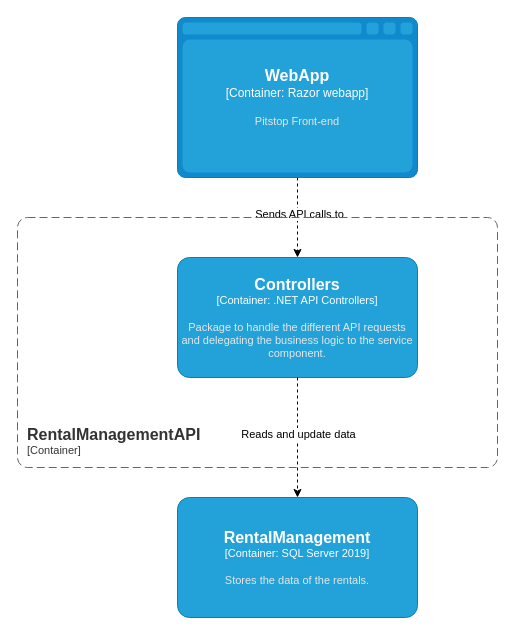
hanaim-devops/devops-bp-pitstop-uitbreiding-team-tbd keeps this draw.io diagram as Docs/Models/Component WorkshopManagementAPI.drawio. Above is the earlier version. Source tidied: cells renumbered, new cells numbered last; positions are measured from the earlier drawing's top-left corner, leaving out a move shared by most shapes. Both pictures are drawn from the tidied source at 100%, with x=0, y=0 at pixel (17, 17).
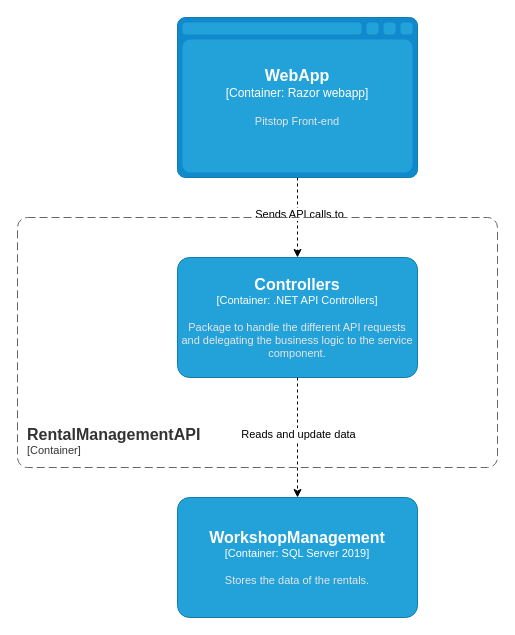
Above is the later version.

Commit message:
Renamed workshopmanagement database.

What changed in the source:
```diff
@@
 <mxGraphModel>
   <root>
     <mxCell id="0" />
     <mxCell id="1" parent="0" />
     <mxCell id="2" style="edgeStyle=orthogonalEdgeStyle;rounded=0;jettySize=auto;html=1;dashed=1;" parent="1" edge="1" source="4" target="5">
       <mxGeometry relative="1" as="geometry" />
     </mxCell>
     <mxCell id="3" value="Sends API calls to" style="edgeLabel;html=1;align=center;verticalAlign=middle;" parent="2" vertex="1">
       <mxGeometry x="-0.11" y="1" relative="1" as="geometry" />
     </mxCell>
     <object id="4" label="&lt;font style=&quot;font-size: 16px&quot;&gt;&lt;b&gt;%c4Name%&lt;/b&gt;&lt;/font&gt;&lt;div&gt;[%c4Type%:&amp;nbsp;%c4Technology%]&lt;/div&gt;&lt;br&gt;&lt;div&gt;&lt;font style=&quot;font-size: 11px&quot;&gt;&lt;font color=&quot;#E6E6E6&quot;&gt;%c4Description%&lt;/font&gt;&lt;/div&gt;" c4Description="Pitstop Front-end" c4Name="WebApp" c4Technology="Razor webapp" c4Type="Container" placeholders="1">
       <mxCell style="shape=mxgraph.c4.webBrowserContainer2;whiteSpace=wrap;html=1;boundedLbl=1;rounded=0;labelBackgroundColor=none;strokeColor=#118ACD;fillColor=#23A2D9;strokeColor=#118ACD;strokeColor2=#0E7DAD;fontSize=12;fontColor=#ffffff;align=center;points=[[0.5,0,0],[1,0.25,0],[1,0.5,0],[1,0.75,0],[0.5,1,0],[0,0.75,0],[0,0.5,0],[0,0.25,0]];" parent="1" vertex="1">
         <mxGeometry x="160" width="240" height="160" as="geometry" />
       </mxCell>
     </object>
     <object id="5" label="&lt;font style=&quot;font-size: 16px&quot;&gt;&lt;b&gt;%c4Name%&lt;/b&gt;&lt;/font&gt;&lt;div&gt;[%c4Type%: %c4Technology%]&lt;/div&gt;&lt;br&gt;&lt;div&gt;&lt;font style=&quot;font-size: 11px&quot;&gt;&lt;font color=&quot;#E6E6E6&quot;&gt;%c4Description%&lt;/font&gt;&lt;/div&gt;" c4Description="Package to handle the different API requests and delegating the business logic to the service component." c4Name="Controllers" c4Technology=".NET API Controllers" c4Type="Container" placeholders="1">
       <mxCell style="rounded=1;whiteSpace=wrap;html=1;fontSize=11;labelBackgroundColor=none;fillColor=#23A2D9;fontColor=#ffffff;align=center;arcSize=10;strokeColor=#0E7DAD;points=[[0.25,0,0],[0.5,0,0],[0.75,0,0],[1,0.25,0],[1,0.5,0],[1,0.75,0],[0.75,1,0],[0.5,1,0],[0.25,1,0],[0,0.75,0],[0,0.5,0],[0,0.25,0]];" parent="1" vertex="1">
         <mxGeometry x="160" y="240" width="240" height="120" as="geometry" />
       </mxCell>
     </object>
-    <object id="6" label="&lt;font style=&quot;font-size: 16px&quot;&gt;&lt;b&gt;%c4Name%&lt;/b&gt;&lt;/font&gt;&lt;div&gt;[%c4Type%: %c4Technology%]&lt;/div&gt;&lt;br&gt;&lt;div&gt;&lt;font style=&quot;font-size: 11px&quot;&gt;&lt;font color=&quot;#E6E6E6&quot;&gt;%c4Description%&lt;/font&gt;&lt;/div&gt;" c4Description="Stores the data of the rentals." c4Name="RentalManagement" c4Technology="SQL Server 2019" c4Type="Container" placeholders="1">
+    <object id="6" label="&lt;font style=&quot;font-size: 16px&quot;&gt;&lt;b&gt;%c4Name%&lt;/b&gt;&lt;/font&gt;&lt;div&gt;[%c4Type%: %c4Technology%]&lt;/div&gt;&lt;br&gt;&lt;div&gt;&lt;font style=&quot;font-size: 11px&quot;&gt;&lt;font color=&quot;#E6E6E6&quot;&gt;%c4Description%&lt;/font&gt;&lt;/div&gt;" c4Description="Stores the data of the rentals." c4Name="WorkshopManagement" c4Technology="SQL Server 2019" c4Type="Container" placeholders="1">
       <mxCell style="rounded=1;whiteSpace=wrap;html=1;fontSize=11;labelBackgroundColor=none;fillColor=#23A2D9;fontColor=#ffffff;align=center;arcSize=10;strokeColor=#0E7DAD;points=[[0.25,0,0],[0.5,0,0],[0.75,0,0],[1,0.25,0],[1,0.5,0],[1,0.75,0],[0.75,1,0],[0.5,1,0],[0.25,1,0],[0,0.75,0],[0,0.5,0],[0,0.25,0]];" parent="1" vertex="1">
         <mxGeometry x="160" y="480" width="240" height="120" as="geometry" />
       </mxCell>
     </object>
     <object id="7" label="&lt;font style=&quot;font-size: 16px&quot;&gt;&lt;b&gt;&lt;div style=&quot;text-align: left&quot;&gt;%c4Name%&lt;/div&gt;&lt;/b&gt;&lt;/font&gt;&lt;div style=&quot;text-align: left&quot;&gt;[%c4Application%]&lt;/div&gt;" c4Application="Container" c4Name="RentalManagementAPI" placeholders="1">
       <mxCell style="rounded=1;fontSize=11;whiteSpace=wrap;html=1;dashed=1;arcSize=20;fillColor=none;strokeColor=#666666;fontColor=#333333;labelBackgroundColor=none;align=left;verticalAlign=bottom;labelBorderColor=none;spacingTop=0;spacing=10;dashPattern=8 4;perimeter=rectanglePerimeter;noLabel=0;labelPadding=0;absoluteArcSize=1;" parent="1" vertex="1">
         <mxGeometry y="200" width="480" height="250" as="geometry" />
       </mxCell>
     </object>
     <mxCell id="8" style="edgeStyle=orthogonalEdgeStyle;rounded=0;jettySize=auto;html=1;entryX=0.5;entryY=0;entryDx=0;entryDy=0;entryPerimeter=0;dashed=1;" parent="1" edge="1" source="5" target="6">
       <mxGeometry relative="1" as="geometry" />
     </mxCell>
     <mxCell id="9" value="Reads and update data" style="edgeLabel;html=1;align=center;verticalAlign=middle;" parent="8" vertex="1">
       <mxGeometry x="-0.33" y="-1" relative="1" as="geometry">
         <mxPoint x="1" y="16" as="offset" />
       </mxGeometry>
     </mxCell>
   </root>
 </mxGraphModel>
```
